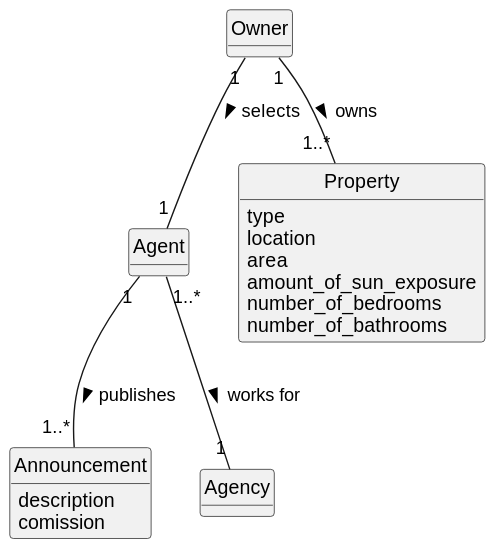
This is docs/Sprint-B/US002/02.analysis/svg/us002-domain-model.svg from Rodrick0209/ISEP-LAPR2-22-23, a PlantUML export, as it was before one commit. The source it was exported from:
```plantuml
@startuml
skinparam monochrome true
skinparam packageStyle rectangle
skinparam shadowing false


skinparam classAttributeIconSize 0

hide circle
hide methods



class Agent {
}

class Owner {
}

class Property {
    type
    location
    area
    amount_of_sun_exposure
    number_of_bedrooms
    number_of_bathrooms
}

class Announcement {
    description
    comission
  }

Owner "1" -- "1" Agent : selects >
Owner "1" -- "1..*" Property : owns >
Agent "1" -- "1..*" Announcement : publishes >
Agent "1..*" -- "1" Agency : works for >
@enduml
```
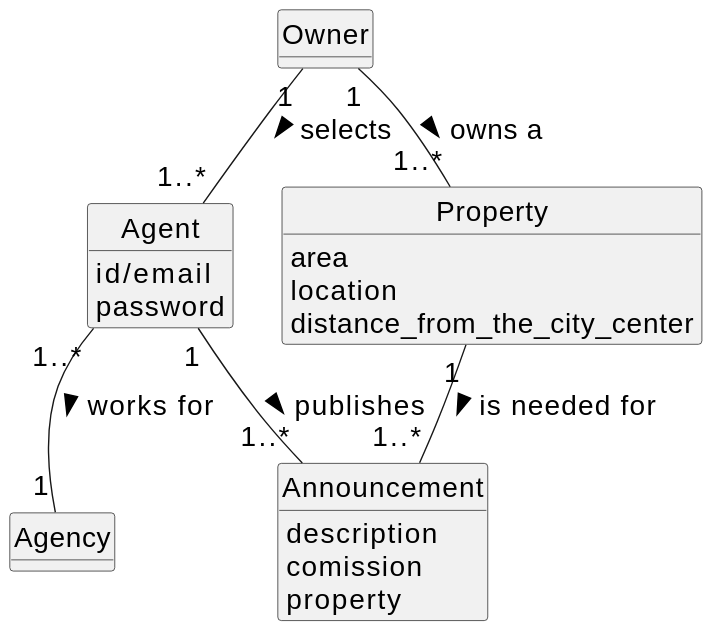
Above is the later version.

Change to the diagram source:
```diff
@@ -1,4 +1,5 @@
 @startuml
+skinparamlocked defaultFontSize 20
 skinparam monochrome true
 skinparam packageStyle rectangle
 skinparam shadowing false
@@ -12,27 +13,28 @@
 
 
 class Agent {
+id/email
+password
 }
 
 class Owner {
 }
 
 class Property {
-    type
-    location
-    area
-    amount_of_sun_exposure
-    number_of_bedrooms
-    number_of_bathrooms
+   area
+   location
+distance_from_the_city_center
 }
 
 class Announcement {
-    description
-    comission
+description
+comission
+property
   }
 
-Owner "1" -- "1" Agent : selects >
-Owner "1" -- "1..*" Property : owns >
+Owner "1" -- "1..*" Agent : selects >
+Owner "1" -- "1..*" Property : owns a >
 Agent "1" -- "1..*" Announcement : publishes >
 Agent "1..*" -- "1" Agency : works for >
+Property "1"-- "1..*"Announcement: is needed for  >
 @enduml
```
